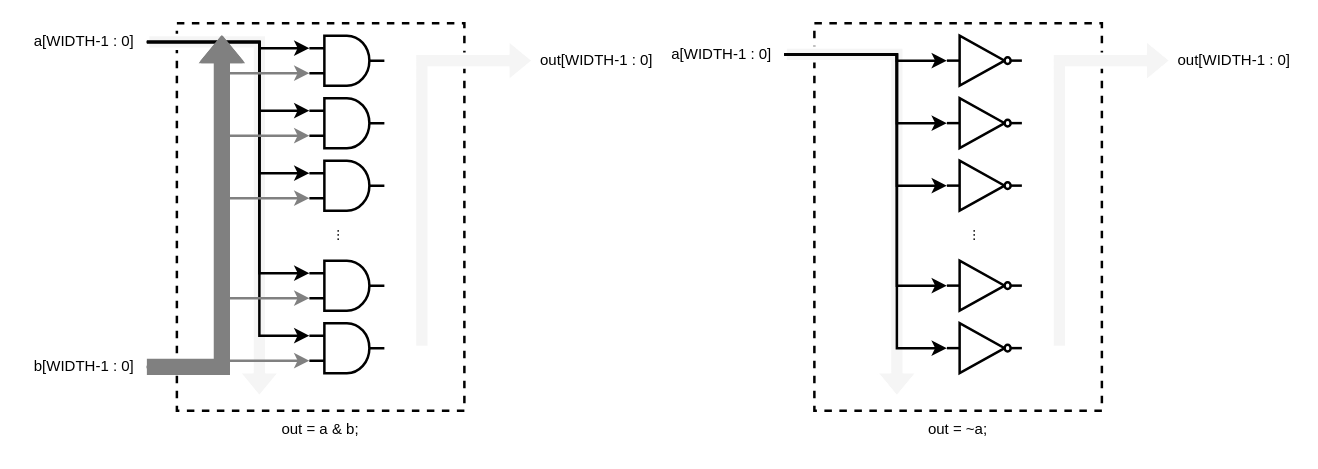
Above: page "figure_6" (6 of 10) of assets/images/2021-12-21-verilogHDL_chapter3_combinational_logic/시스템_반도체_설계_3장.drawio in ParkDongho/ParkDongho.github.io (draw.io), before the change. Source tidied: cells renumbered, new cells numbered last; positions are measured from the earlier drawing's top-left corner, leaving out a move shared by most shapes. Both pictures are drawn from the tidied source at 125%, with x=0, y=0 at pixel (21, 22).
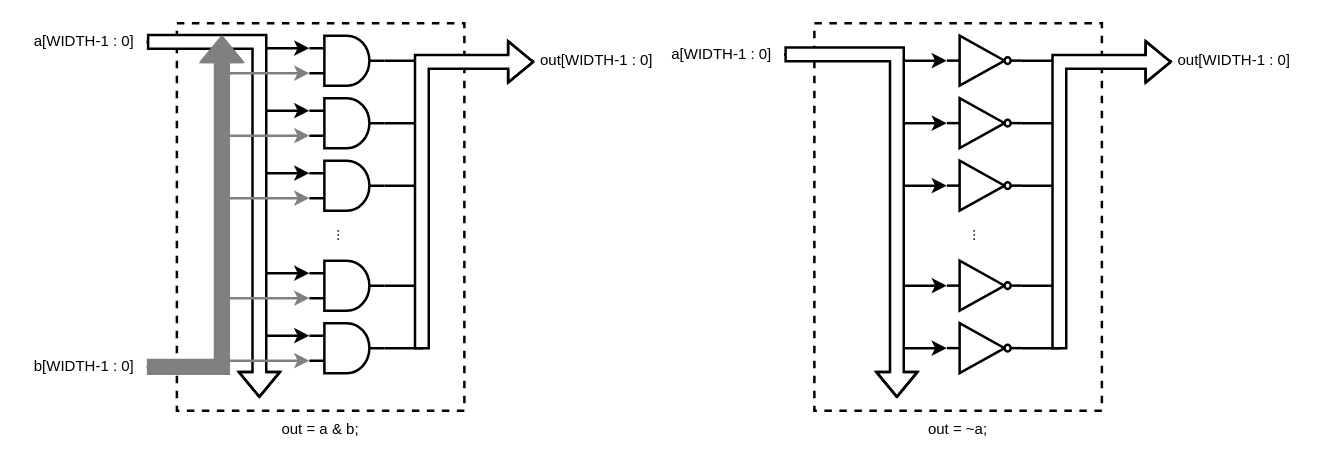
The same diagram, later.

Unchanged cells that the change refers to:
```xml
<mxCell id="10" value="a[WIDTH-1 : 0]" style="text;html=1;strokeColor=none;fillColor=none;align=center;verticalAlign=middle;whiteSpace=wrap;rounded=0;dashed=1;" parent="1" vertex="1">
  <mxGeometry width="100" height="30" as="geometry" />
</mxCell>
<mxCell id="18" style="verticalLabelPosition=bottom;shadow=0;dashed=0;align=center;html=1;verticalAlign=top;shape=mxgraph.electrical.logic_gates.logic_gate;operation=and;fontSize=39;strokeWidth=2;" parent="1" vertex="1">
  <mxGeometry x="230" y="10" width="60" height="40" as="geometry" />
</mxCell>
<mxCell id="20" style="verticalLabelPosition=bottom;shadow=0;dashed=0;align=center;html=1;verticalAlign=top;shape=mxgraph.electrical.logic_gates.logic_gate;operation=and;fontSize=39;strokeWidth=2;" parent="1" vertex="1">
  <mxGeometry x="230" y="60" width="60" height="40" as="geometry" />
</mxCell>
<mxCell id="22" style="verticalLabelPosition=bottom;shadow=0;dashed=0;align=center;html=1;verticalAlign=top;shape=mxgraph.electrical.logic_gates.logic_gate;operation=and;fontSize=39;strokeWidth=2;" parent="1" vertex="1">
  <mxGeometry x="230" y="110" width="60" height="40" as="geometry" />
</mxCell>
<mxCell id="24" style="verticalLabelPosition=bottom;shadow=0;dashed=0;align=center;html=1;verticalAlign=top;shape=mxgraph.electrical.logic_gates.logic_gate;operation=and;fontSize=39;strokeWidth=2;" parent="1" vertex="1">
  <mxGeometry x="230" y="240" width="60" height="40" as="geometry" />
</mxCell>
<mxCell id="26" style="verticalLabelPosition=bottom;shadow=0;dashed=0;align=center;html=1;verticalAlign=top;shape=mxgraph.electrical.logic_gates.logic_gate;operation=and;fontSize=39;strokeWidth=2;" parent="1" vertex="1">
  <mxGeometry x="230" y="190" width="60" height="40" as="geometry" />
</mxCell>
<mxCell id="38" value="a[WIDTH-1 : 0]" style="text;html=1;strokeColor=none;fillColor=none;align=center;verticalAlign=middle;whiteSpace=wrap;rounded=0;dashed=1;" parent="1" vertex="1">
  <mxGeometry x="510" y="10" width="100" height="30" as="geometry" />
</mxCell>
```

The edit, as a diff of the source:
```diff
@@
-    <mxCell id="2" style="rounded=0;whiteSpace=wrap;html=1;strokeColor=default;strokeWidth=2;fillColor=none;dashed=1;" parent="1" vertex="1">
-      <mxGeometry x="124" width="230" height="310" as="geometry" />
-    </mxCell>
-    <mxCell id="3" style="shape=flexArrow;endArrow=classic;html=1;rounded=0;strokeWidth=2;exitX=1;exitY=0.5;exitDx=0;exitDy=0;fillColor=#f5f5f5;strokeColor=#FFFFFF;" parent="1" edge="1" source="10">
-      <mxGeometry relative="1" as="geometry">
-        <mxPoint x="190" y="300" as="targetPoint" />
-        <Array as="points">
-          <mxPoint x="190" y="15" />
-        </Array>
-      </mxGeometry>
-    </mxCell>
-    <mxCell id="4" value="out = a &amp;amp; b;" style="text;html=1;strokeColor=none;fillColor=none;align=center;verticalAlign=middle;whiteSpace=wrap;rounded=0;dashed=1;" parent="1" vertex="1">
-      <mxGeometry x="179" y="310" width="120" height="30" as="geometry" />
-    </mxCell>
-    <mxCell id="5" style="edgeStyle=orthogonalEdgeStyle;rounded=0;jettySize=auto;html=1;exitX=1;exitY=0.5;exitDx=0;exitDy=0;entryX=0;entryY=0.25;entryDx=0;entryDy=0;entryPerimeter=0;fontSize=39;strokeWidth=2;" parent="1" edge="1" source="10" target="18">
+    <mxCell id="5" style="edgeStyle=orthogonalEdgeStyle;rounded=0;jettySize=auto;html=1;exitX=1;exitY=0.5;exitDx=0;exitDy=0;entryX=0;entryY=0.25;entryDx=0;entryDy=0;entryPerimeter=0;fontSize=39;strokeWidth=2;fillColor=#f5f5f5;strokeColor=default;" parent="1" edge="1" source="10" target="18">
       <mxGeometry relative="1" as="geometry">
         <Array as="points">
           <mxPoint x="190" y="15" />
           <mxPoint x="190" y="20" />
         </Array>
       </mxGeometry>
     </mxCell>
-    <mxCell id="6" style="edgeStyle=orthogonalEdgeStyle;rounded=0;jettySize=auto;html=1;exitX=1;exitY=0.5;exitDx=0;exitDy=0;entryX=0;entryY=0.25;entryDx=0;entryDy=0;entryPerimeter=0;fontSize=39;strokeWidth=2;" parent="1" edge="1" source="10" target="20">
+    <mxCell id="6" style="edgeStyle=orthogonalEdgeStyle;rounded=0;jettySize=auto;html=1;exitX=1;exitY=0.5;exitDx=0;exitDy=0;entryX=0;entryY=0.25;entryDx=0;entryDy=0;entryPerimeter=0;fontSize=39;strokeWidth=2;fillColor=#f5f5f5;strokeColor=default;" parent="1" edge="1" source="10" target="20">
       <mxGeometry relative="1" as="geometry">
         <Array as="points">
           <mxPoint x="190" y="15" />
           <mxPoint x="190" y="70" />
         </Array>
       </mxGeometry>
     </mxCell>
-    <mxCell id="7" style="edgeStyle=orthogonalEdgeStyle;rounded=0;jettySize=auto;html=1;exitX=1;exitY=0.5;exitDx=0;exitDy=0;entryX=0;entryY=0.25;entryDx=0;entryDy=0;entryPerimeter=0;fontSize=39;strokeWidth=2;" parent="1" edge="1" source="10" target="22">
+    <mxCell id="7" style="edgeStyle=orthogonalEdgeStyle;rounded=0;jettySize=auto;html=1;exitX=1;exitY=0.5;exitDx=0;exitDy=0;entryX=0;entryY=0.25;entryDx=0;entryDy=0;entryPerimeter=0;fontSize=39;strokeWidth=2;fillColor=#f5f5f5;strokeColor=default;" parent="1" edge="1" source="10" target="22">
       <mxGeometry relative="1" as="geometry">
         <Array as="points">
           <mxPoint x="190" y="15" />
           <mxPoint x="190" y="120" />
         </Array>
       </mxGeometry>
     </mxCell>
-    <mxCell id="8" style="edgeStyle=orthogonalEdgeStyle;rounded=0;jettySize=auto;html=1;exitX=1;exitY=0.5;exitDx=0;exitDy=0;entryX=0;entryY=0.25;entryDx=0;entryDy=0;entryPerimeter=0;fontSize=39;strokeWidth=2;" parent="1" edge="1" source="10" target="26">
+    <mxCell id="8" style="edgeStyle=orthogonalEdgeStyle;rounded=0;jettySize=auto;html=1;exitX=1;exitY=0.5;exitDx=0;exitDy=0;entryX=0;entryY=0.25;entryDx=0;entryDy=0;entryPerimeter=0;fontSize=39;strokeWidth=2;fillColor=#f5f5f5;strokeColor=default;" parent="1" edge="1" source="10" target="26">
       <mxGeometry relative="1" as="geometry">
         <Array as="points">
           <mxPoint x="190" y="15" />
           <mxPoint x="190" y="200" />
         </Array>
       </mxGeometry>
     </mxCell>
-    <mxCell id="9" style="edgeStyle=orthogonalEdgeStyle;rounded=0;jettySize=auto;html=1;exitX=1;exitY=0.5;exitDx=0;exitDy=0;entryX=0;entryY=0.25;entryDx=0;entryDy=0;entryPerimeter=0;fontSize=39;strokeWidth=2;" parent="1" edge="1" source="10" target="24">
+    <mxCell id="9" style="edgeStyle=orthogonalEdgeStyle;rounded=0;jettySize=auto;html=1;exitX=1;exitY=0.5;exitDx=0;exitDy=0;entryX=0;entryY=0.25;entryDx=0;entryDy=0;entryPerimeter=0;fontSize=39;strokeWidth=2;fillColor=#f5f5f5;strokeColor=default;" parent="1" edge="1" source="10" target="24">
       <mxGeometry relative="1" as="geometry">
         <Array as="points">
           <mxPoint x="190" y="15" />
           <mxPoint x="190" y="250" />
         </Array>
       </mxGeometry>
     </mxCell>
+    <mxCell id="2" style="rounded=0;whiteSpace=wrap;html=1;strokeColor=default;strokeWidth=2;fillColor=none;dashed=1;" parent="1" vertex="1">
+      <mxGeometry x="124" width="230" height="310" as="geometry" />
+    </mxCell>
+    <mxCell id="3" style="shape=flexArrow;endArrow=classic;html=1;rounded=0;strokeWidth=2;exitX=1;exitY=0.5;exitDx=0;exitDy=0;fillColor=#FFFFFF;strokeColor=default;" parent="1" edge="1" source="10">
+      <mxGeometry relative="1" as="geometry">
+        <mxPoint x="190" y="300" as="targetPoint" />
+        <Array as="points">
+          <mxPoint x="190" y="15" />
+        </Array>
+      </mxGeometry>
+    </mxCell>
+    <mxCell id="4" value="out = a &amp;amp; b;" style="text;html=1;strokeColor=none;fillColor=none;align=center;verticalAlign=middle;whiteSpace=wrap;rounded=0;dashed=1;" parent="1" vertex="1">
+      <mxGeometry x="179" y="310" width="120" height="30" as="geometry" />
+    </mxCell>
@@
-    <mxCell id="17" style="edgeStyle=orthogonalEdgeStyle;rounded=0;jettySize=auto;html=1;exitX=1;exitY=0.5;exitDx=0;exitDy=0;exitPerimeter=0;fontSize=39;strokeColor=#FFFFFF;strokeWidth=2;fillColor=#808080;" parent="1" edge="1" source="18">
+    <mxCell id="17" style="edgeStyle=orthogonalEdgeStyle;rounded=0;jettySize=auto;html=1;exitX=1;exitY=0.5;exitDx=0;exitDy=0;exitPerimeter=0;fontSize=39;strokeColor=default;strokeWidth=2;fillColor=#f5f5f5;" parent="1" edge="1" source="18">
       <mxGeometry relative="1" as="geometry">
         <mxPoint x="410" y="30" as="targetPoint" />
         <Array as="points">
           <mxPoint x="380" y="30" />
           <mxPoint x="380" y="30" />
         </Array>
       </mxGeometry>
     </mxCell>
@@
-    <mxCell id="19" style="edgeStyle=orthogonalEdgeStyle;rounded=0;jettySize=auto;html=1;exitX=1;exitY=0.5;exitDx=0;exitDy=0;exitPerimeter=0;fontSize=39;strokeColor=#FFFFFF;strokeWidth=2;fillColor=#808080;" parent="1" edge="1" source="20">
+    <mxCell id="19" style="edgeStyle=orthogonalEdgeStyle;rounded=0;jettySize=auto;html=1;exitX=1;exitY=0.5;exitDx=0;exitDy=0;exitPerimeter=0;fontSize=39;strokeColor=default;strokeWidth=2;fillColor=#f5f5f5;" parent="1" edge="1" source="20">
       <mxGeometry relative="1" as="geometry">
         <mxPoint x="410" y="30" as="targetPoint" />
         <Array as="points">
           <mxPoint x="320" y="80" />
           <mxPoint x="320" y="30" />
         </Array>
       </mxGeometry>
     </mxCell>
@@
-    <mxCell id="21" style="edgeStyle=orthogonalEdgeStyle;rounded=0;jettySize=auto;html=1;exitX=1;exitY=0.5;exitDx=0;exitDy=0;exitPerimeter=0;fontSize=39;strokeColor=#FFFFFF;strokeWidth=2;fillColor=#808080;" parent="1" edge="1" source="22">
+    <mxCell id="21" style="edgeStyle=orthogonalEdgeStyle;rounded=0;jettySize=auto;html=1;exitX=1;exitY=0.5;exitDx=0;exitDy=0;exitPerimeter=0;fontSize=39;strokeColor=default;strokeWidth=2;fillColor=#f5f5f5;" parent="1" edge="1" source="22">
       <mxGeometry relative="1" as="geometry">
         <mxPoint x="410" y="30" as="targetPoint" />
         <Array as="points">
           <mxPoint x="320" y="130" />
           <mxPoint x="320" y="30" />
         </Array>
       </mxGeometry>
     </mxCell>
@@
-    <mxCell id="23" style="edgeStyle=orthogonalEdgeStyle;rounded=0;jettySize=auto;html=1;exitX=1;exitY=0.5;exitDx=0;exitDy=0;exitPerimeter=0;fontSize=39;strokeColor=#FFFFFF;strokeWidth=2;fillColor=#808080;" parent="1" edge="1" source="24">
+    <mxCell id="23" style="edgeStyle=orthogonalEdgeStyle;rounded=0;jettySize=auto;html=1;exitX=1;exitY=0.5;exitDx=0;exitDy=0;exitPerimeter=0;fontSize=39;strokeColor=default;strokeWidth=2;fillColor=#f5f5f5;" parent="1" edge="1" source="24">
       <mxGeometry relative="1" as="geometry">
         <mxPoint x="410" y="30" as="targetPoint" />
         <Array as="points">
           <mxPoint x="320" y="260" />
           <mxPoint x="320" y="30" />
         </Array>
       </mxGeometry>
     </mxCell>
@@
-    <mxCell id="25" style="edgeStyle=orthogonalEdgeStyle;rounded=0;jettySize=auto;html=1;exitX=1;exitY=0.5;exitDx=0;exitDy=0;exitPerimeter=0;fontSize=39;strokeColor=#FFFFFF;strokeWidth=2;fillColor=#808080;" parent="1" edge="1" source="26">
+    <mxCell id="25" style="edgeStyle=orthogonalEdgeStyle;rounded=0;jettySize=auto;html=1;exitX=1;exitY=0.5;exitDx=0;exitDy=0;exitPerimeter=0;fontSize=39;strokeColor=default;strokeWidth=2;fillColor=#f5f5f5;" parent="1" edge="1" source="26">
       <mxGeometry relative="1" as="geometry">
         <mxPoint x="410" y="30" as="targetPoint" />
         <Array as="points">
           <mxPoint x="320" y="210" />
           <mxPoint x="320" y="30" />
           <mxPoint x="400" y="30" />
         </Array>
       </mxGeometry>
     </mxCell>
@@
-    <mxCell id="28" style="shape=flexArrow;endArrow=classic;html=1;rounded=0;strokeWidth=2;fillColor=#f5f5f5;strokeColor=#FFFFFF;" parent="1" edge="1">
+    <mxCell id="28" style="shape=flexArrow;endArrow=classic;html=1;rounded=0;strokeWidth=2;fillColor=#FFFFFF;strokeColor=default;" parent="1" edge="1">
       <mxGeometry relative="1" as="geometry">
-        <mxPoint x="320" y="260" as="sourcePoint" />
-        <mxPoint x="410" y="30" as="targetPoint" />
+        <mxPoint x="320" y="261" as="sourcePoint" />
+        <mxPoint x="410" y="31" as="targetPoint" />
         <Array as="points">
-          <mxPoint x="320" y="30" />
+          <mxPoint x="320" y="31" />
         </Array>
       </mxGeometry>
     </mxCell>
@@
-    <mxCell id="31" style="shape=flexArrow;endArrow=classic;html=1;rounded=0;strokeWidth=2;exitX=1;exitY=0.5;exitDx=0;exitDy=0;fillColor=#f5f5f5;strokeColor=#FFFFFF;" parent="1" edge="1" source="38">
-      <mxGeometry relative="1" as="geometry">
-        <mxPoint x="700" y="300" as="targetPoint" />
-        <Array as="points">
-          <mxPoint x="700" y="25" />
-        </Array>
-      </mxGeometry>
-    </mxCell>
@@
-    <mxCell id="33" style="edgeStyle=orthogonalEdgeStyle;rounded=0;jettySize=auto;html=1;exitX=1;exitY=0.5;exitDx=0;exitDy=0;entryX=0;entryY=0.25;entryDx=0;entryDy=0;entryPerimeter=0;fontSize=39;strokeWidth=2;" parent="1" edge="1" source="38">
+    <mxCell id="33" style="edgeStyle=orthogonalEdgeStyle;rounded=0;jettySize=auto;html=1;exitX=1;exitY=0.5;exitDx=0;exitDy=0;entryX=0;entryY=0.25;entryDx=0;entryDy=0;entryPerimeter=0;fontSize=39;strokeWidth=2;fillColor=#f5f5f5;strokeColor=default;" parent="1" edge="1" source="38">
       <mxGeometry relative="1" as="geometry">
         <mxPoint x="740" y="30" as="targetPoint" />
         <Array as="points">
           <mxPoint x="700" y="25" />
           <mxPoint x="700" y="30" />
         </Array>
       </mxGeometry>
     </mxCell>
-    <mxCell id="34" style="edgeStyle=orthogonalEdgeStyle;rounded=0;jettySize=auto;html=1;exitX=1;exitY=0.5;exitDx=0;exitDy=0;entryX=0;entryY=0.25;entryDx=0;entryDy=0;entryPerimeter=0;fontSize=39;strokeWidth=2;" parent="1" edge="1" source="38">
+    <mxCell id="34" style="edgeStyle=orthogonalEdgeStyle;rounded=0;jettySize=auto;html=1;exitX=1;exitY=0.5;exitDx=0;exitDy=0;entryX=0;entryY=0.25;entryDx=0;entryDy=0;entryPerimeter=0;fontSize=39;strokeWidth=2;fillColor=#f5f5f5;strokeColor=default;" parent="1" edge="1" source="38">
       <mxGeometry relative="1" as="geometry">
         <mxPoint x="740" y="80" as="targetPoint" />
         <Array as="points">
           <mxPoint x="700" y="25" />
           <mxPoint x="700" y="80" />
         </Array>
       </mxGeometry>
     </mxCell>
-    <mxCell id="35" style="edgeStyle=orthogonalEdgeStyle;rounded=0;jettySize=auto;html=1;exitX=1;exitY=0.5;exitDx=0;exitDy=0;entryX=0;entryY=0.25;entryDx=0;entryDy=0;entryPerimeter=0;fontSize=39;strokeWidth=2;" parent="1" edge="1" source="38">
+    <mxCell id="35" style="edgeStyle=orthogonalEdgeStyle;rounded=0;jettySize=auto;html=1;exitX=1;exitY=0.5;exitDx=0;exitDy=0;entryX=0;entryY=0.25;entryDx=0;entryDy=0;entryPerimeter=0;fontSize=39;strokeWidth=2;fillColor=#f5f5f5;strokeColor=default;" parent="1" edge="1" source="38">
       <mxGeometry relative="1" as="geometry">
         <mxPoint x="740" y="130" as="targetPoint" />
         <Array as="points">
           <mxPoint x="700" y="25" />
           <mxPoint x="700" y="130" />
         </Array>
       </mxGeometry>
     </mxCell>
-    <mxCell id="36" style="edgeStyle=orthogonalEdgeStyle;rounded=0;jettySize=auto;html=1;exitX=1;exitY=0.5;exitDx=0;exitDy=0;entryX=0;entryY=0.25;entryDx=0;entryDy=0;entryPerimeter=0;fontSize=39;strokeWidth=2;" parent="1" edge="1" source="38">
+    <mxCell id="36" style="edgeStyle=orthogonalEdgeStyle;rounded=0;jettySize=auto;html=1;exitX=1;exitY=0.5;exitDx=0;exitDy=0;entryX=0;entryY=0.25;entryDx=0;entryDy=0;entryPerimeter=0;fontSize=39;strokeWidth=2;fillColor=#f5f5f5;strokeColor=default;" parent="1" edge="1" source="38">
       <mxGeometry relative="1" as="geometry">
         <mxPoint x="740" y="210" as="targetPoint" />
         <Array as="points">
           <mxPoint x="700" y="25" />
           <mxPoint x="700" y="210" />
         </Array>
       </mxGeometry>
     </mxCell>
-    <mxCell id="37" style="edgeStyle=orthogonalEdgeStyle;rounded=0;jettySize=auto;html=1;exitX=1;exitY=0.5;exitDx=0;exitDy=0;entryX=0;entryY=0.25;entryDx=0;entryDy=0;entryPerimeter=0;fontSize=39;strokeWidth=2;" parent="1" edge="1" source="38">
+    <mxCell id="37" style="edgeStyle=orthogonalEdgeStyle;rounded=0;jettySize=auto;html=1;exitX=1;exitY=0.5;exitDx=0;exitDy=0;entryX=0;entryY=0.25;entryDx=0;entryDy=0;entryPerimeter=0;fontSize=39;strokeWidth=2;fillColor=#f5f5f5;strokeColor=default;" parent="1" edge="1" source="38">
       <mxGeometry relative="1" as="geometry">
         <mxPoint x="740" y="260" as="targetPoint" />
         <Array as="points">
           <mxPoint x="700" y="25" />
           <mxPoint x="700" y="260" />
         </Array>
       </mxGeometry>
     </mxCell>
@@
-    <mxCell id="39" style="edgeStyle=orthogonalEdgeStyle;rounded=0;orthogonalLoop=1;jettySize=auto;html=1;exitX=1;exitY=0.5;exitDx=0;exitDy=0;exitPerimeter=0;fontSize=39;strokeColor=#FFFFFF;strokeWidth=2;fillColor=#808080;" parent="1" edge="1">
+    <mxCell id="39" style="edgeStyle=orthogonalEdgeStyle;rounded=0;orthogonalLoop=1;jettySize=auto;html=1;exitX=1;exitY=0.5;exitDx=0;exitDy=0;exitPerimeter=0;fontSize=39;strokeColor=default;strokeWidth=2;fillColor=#f5f5f5;" parent="1" edge="1">
       <mxGeometry relative="1" as="geometry">
         <mxPoint x="800" y="30" as="sourcePoint" />
         <mxPoint x="920" y="30" as="targetPoint" />
         <Array as="points">
           <mxPoint x="890" y="30" />
           <mxPoint x="890" y="30" />
         </Array>
       </mxGeometry>
     </mxCell>
-    <mxCell id="40" style="edgeStyle=orthogonalEdgeStyle;rounded=0;orthogonalLoop=1;jettySize=auto;html=1;exitX=1;exitY=0.5;exitDx=0;exitDy=0;exitPerimeter=0;fontSize=39;strokeColor=#FFFFFF;strokeWidth=2;fillColor=#808080;" parent="1" edge="1">
+    <mxCell id="40" style="edgeStyle=orthogonalEdgeStyle;rounded=0;orthogonalLoop=1;jettySize=auto;html=1;exitX=1;exitY=0.5;exitDx=0;exitDy=0;exitPerimeter=0;fontSize=39;strokeColor=default;strokeWidth=2;fillColor=#f5f5f5;" parent="1" edge="1">
       <mxGeometry relative="1" as="geometry">
         <mxPoint x="800" y="80" as="sourcePoint" />
         <mxPoint x="920" y="30" as="targetPoint" />
         <Array as="points">
           <mxPoint x="830" y="80" />
           <mxPoint x="830" y="30" />
         </Array>
       </mxGeometry>
     </mxCell>
-    <mxCell id="41" style="edgeStyle=orthogonalEdgeStyle;rounded=0;orthogonalLoop=1;jettySize=auto;html=1;exitX=1;exitY=0.5;exitDx=0;exitDy=0;exitPerimeter=0;fontSize=39;strokeColor=#FFFFFF;strokeWidth=2;fillColor=#808080;" parent="1" edge="1">
+    <mxCell id="41" style="edgeStyle=orthogonalEdgeStyle;rounded=0;orthogonalLoop=1;jettySize=auto;html=1;exitX=1;exitY=0.5;exitDx=0;exitDy=0;exitPerimeter=0;fontSize=39;strokeColor=default;strokeWidth=2;fillColor=#f5f5f5;" parent="1" edge="1">
       <mxGeometry relative="1" as="geometry">
         <mxPoint x="800" y="130" as="sourcePoint" />
         <mxPoint x="920" y="30" as="targetPoint" />
         <Array as="points">
           <mxPoint x="830" y="130" />
           <mxPoint x="830" y="30" />
         </Array>
       </mxGeometry>
     </mxCell>
-    <mxCell id="42" style="edgeStyle=orthogonalEdgeStyle;rounded=0;orthogonalLoop=1;jettySize=auto;html=1;exitX=1;exitY=0.5;exitDx=0;exitDy=0;exitPerimeter=0;fontSize=39;strokeColor=#FFFFFF;strokeWidth=2;fillColor=#808080;" parent="1" edge="1">
+    <mxCell id="42" style="edgeStyle=orthogonalEdgeStyle;rounded=0;orthogonalLoop=1;jettySize=auto;html=1;exitX=1;exitY=0.5;exitDx=0;exitDy=0;exitPerimeter=0;fontSize=39;strokeColor=default;strokeWidth=2;fillColor=#f5f5f5;" parent="1" edge="1">
       <mxGeometry relative="1" as="geometry">
         <mxPoint x="800" y="260" as="sourcePoint" />
         <mxPoint x="920" y="30" as="targetPoint" />
         <Array as="points">
           <mxPoint x="830" y="260" />
           <mxPoint x="830" y="30" />
         </Array>
       </mxGeometry>
     </mxCell>
-    <mxCell id="43" style="edgeStyle=orthogonalEdgeStyle;rounded=0;orthogonalLoop=1;jettySize=auto;html=1;exitX=1;exitY=0.5;exitDx=0;exitDy=0;exitPerimeter=0;fontSize=39;strokeColor=#FFFFFF;strokeWidth=2;fillColor=#808080;" parent="1" edge="1">
+    <mxCell id="43" style="edgeStyle=orthogonalEdgeStyle;rounded=0;orthogonalLoop=1;jettySize=auto;html=1;exitX=1;exitY=0.5;exitDx=0;exitDy=0;exitPerimeter=0;fontSize=39;strokeColor=default;strokeWidth=2;fillColor=#f5f5f5;" parent="1" edge="1">
       <mxGeometry relative="1" as="geometry">
         <mxPoint x="800" y="210" as="sourcePoint" />
         <mxPoint x="920" y="30" as="targetPoint" />
         <Array as="points">
           <mxPoint x="830" y="210" />
           <mxPoint x="830" y="30" />
           <mxPoint x="910" y="30" />
         </Array>
       </mxGeometry>
     </mxCell>
-    <mxCell id="44" style="shape=flexArrow;endArrow=classic;html=1;rounded=0;strokeWidth=2;fillColor=#f5f5f5;strokeColor=#FFFFFF;" parent="1" edge="1">
+    <mxCell id="44" style="shape=flexArrow;endArrow=classic;html=1;rounded=0;strokeWidth=2;fillColor=#FFFFFF;strokeColor=default;" parent="1" edge="1">
       <mxGeometry relative="1" as="geometry">
-        <mxPoint x="830" y="260" as="sourcePoint" />
-        <mxPoint x="920" y="30" as="targetPoint" />
+        <mxPoint x="830" y="261" as="sourcePoint" />
+        <mxPoint x="920" y="31" as="targetPoint" />
         <Array as="points">
-          <mxPoint x="830" y="30" />
+          <mxPoint x="830" y="31" />
         </Array>
       </mxGeometry>
     </mxCell>
@@
+    <mxCell id="31" style="shape=flexArrow;endArrow=classic;html=1;rounded=0;strokeWidth=2;exitX=1;exitY=0.5;exitDx=0;exitDy=0;fillColor=#FFFFFF;strokeColor=default;" parent="1" edge="1" source="38">
+      <mxGeometry relative="1" as="geometry">
+        <mxPoint x="700" y="300" as="targetPoint" />
+        <Array as="points">
+          <mxPoint x="700" y="25" />
+        </Array>
+      </mxGeometry>
+    </mxCell>
```
